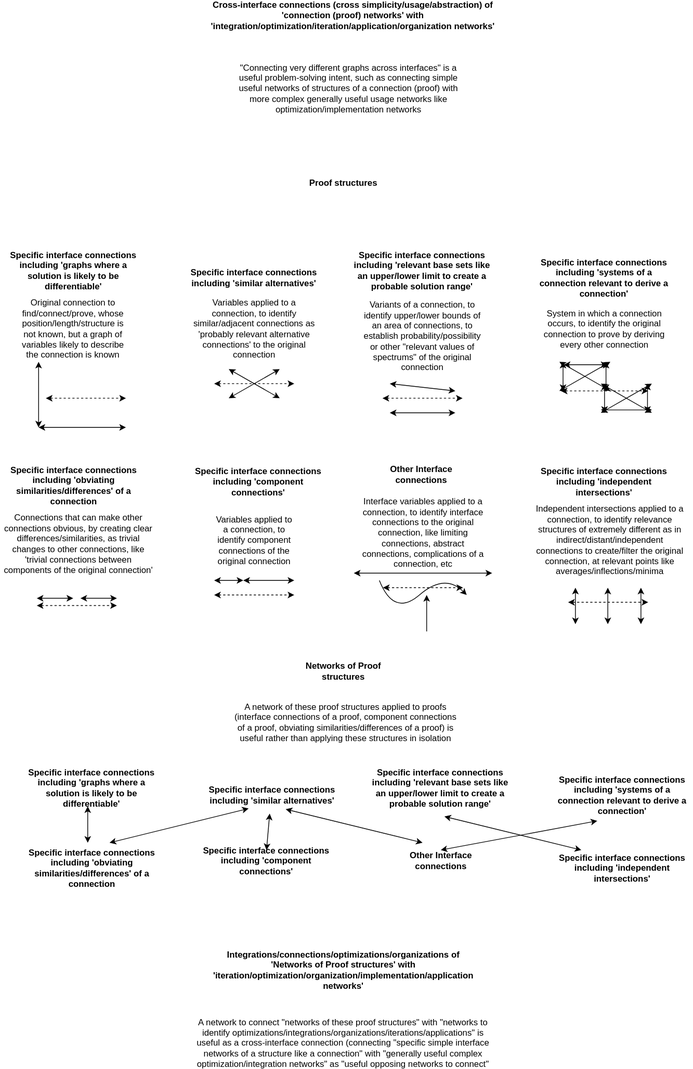
The draw.io diagram docs/objects/cross_interface_graph_connections.drawio.svg in outdreamer/build-a-cure, before a commit. Source tidied: cells renumbered, new cells last; positions are measured from the earlier drawing's top-left corner, leaving out a move shared by most shapes.
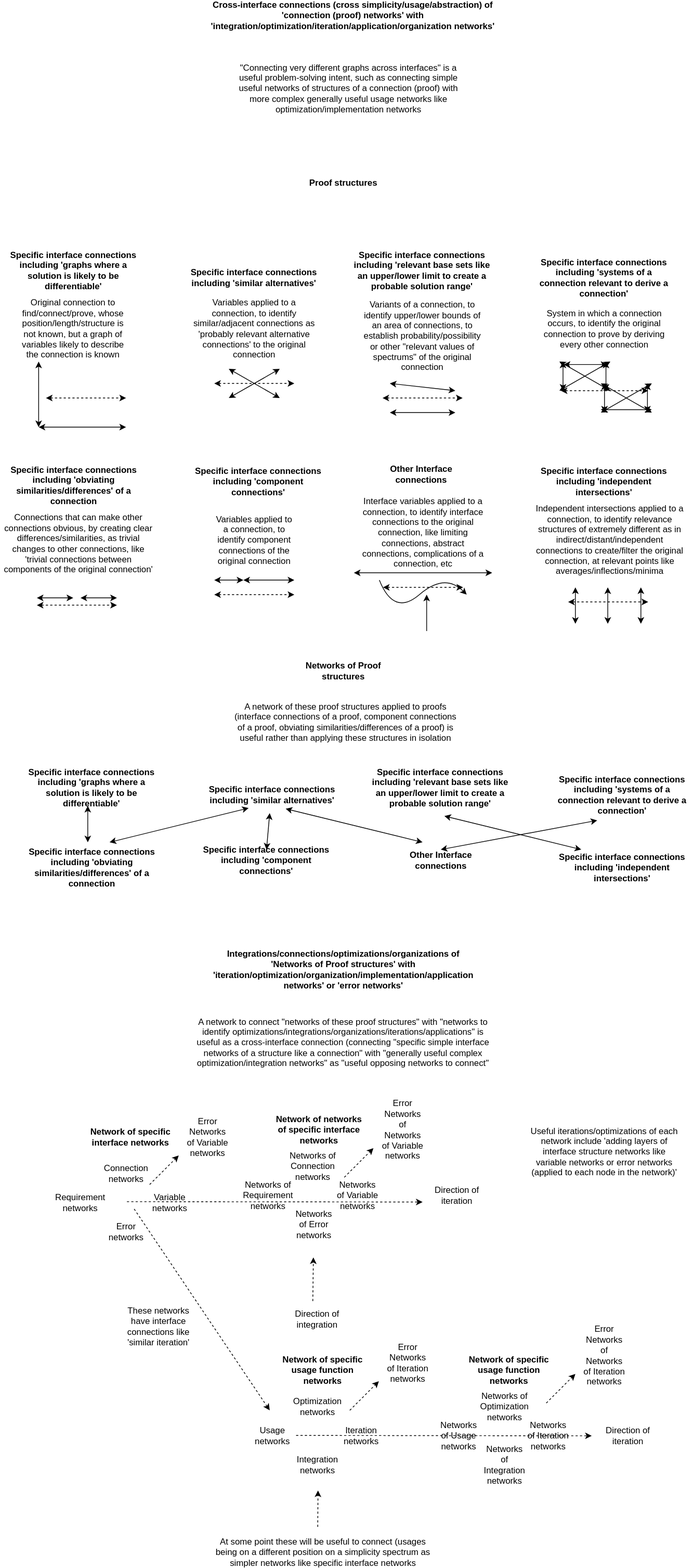
Later version of the same file.

The edit, as a diff of the source:
```diff
@@ -329,7 +329,7 @@
         <mxPoint x="120" y="1100" as="targetPoint" />
       </mxGeometry>
     </mxCell>
-    <mxCell id="71" value="Integrations/connections/optimizations/organizations of 'Networks of Proof structures' with 'iteration/optimization/organization/implementation/application networks'" style="text;html=1;strokeColor=none;fillColor=none;align=center;verticalAlign=middle;whiteSpace=wrap;rounded=0;fontStyle=1;" parent="1" vertex="1">
+    <mxCell id="71" value="Integrations/connections/optimizations/organizations of 'Networks of Proof structures' with 'iteration/optimization/organization/implementation/application networks' or 'error networks'" style="text;html=1;strokeColor=none;fillColor=none;align=center;verticalAlign=middle;whiteSpace=wrap;rounded=0;fontStyle=1;" parent="1" vertex="1">
       <mxGeometry x="403.8" y="1310" width="135" height="30" as="geometry" />
     </mxCell>
     <mxCell id="72" value="A network to connect &quot;networks of these proof structures&quot; with &quot;networks to identify optimizations/integrations/organizations/iterations/applications&quot; is useful as a cross-interface connection (connecting &quot;specific simple interface networks of a structure like a connection&quot; with &quot;generally useful complex optimization/integration networks&quot; as &quot;useful opposing networks to connect&quot;" style="text;html=1;strokeColor=none;fillColor=none;align=center;verticalAlign=middle;whiteSpace=wrap;rounded=0;fontStyle=0;" parent="1" vertex="1">
@@ -341,5 +341,149 @@
     <mxCell id="74" value="&lt;span style=&quot;font-weight: normal&quot;&gt;&quot;Connecting very different graphs across interfaces&quot; is a useful problem-solving intent, such as connecting simple useful networks of structures of a connection (proof) with more complex generally useful usage networks like optimization/implementation networks&lt;/span&gt;" style="text;html=1;strokeColor=none;fillColor=none;align=center;verticalAlign=middle;whiteSpace=wrap;rounded=0;fontStyle=1;" parent="1" vertex="1">
       <mxGeometry x="326.9" y="100" width="303.1" height="30" as="geometry" />
     </mxCell>
+    <mxCell id="75" value="Connection networks" style="text;html=1;strokeColor=none;fillColor=none;align=center;verticalAlign=middle;whiteSpace=wrap;rounded=0;" parent="1" vertex="1">
+      <mxGeometry x="142.5" y="1590" width="60" height="30" as="geometry" />
+    </mxCell>
+    <mxCell id="76" value="Variable networks" style="text;html=1;strokeColor=none;fillColor=none;align=center;verticalAlign=middle;whiteSpace=wrap;rounded=0;" parent="1" vertex="1">
+      <mxGeometry x="202.5" y="1630" width="60" height="30" as="geometry" />
+    </mxCell>
+    <mxCell id="77" value="Requirement networks" style="text;html=1;strokeColor=none;fillColor=none;align=center;verticalAlign=middle;whiteSpace=wrap;rounded=0;" parent="1" vertex="1">
+      <mxGeometry x="80" y="1630" width="60" height="30" as="geometry" />
+    </mxCell>
+    <mxCell id="78" value="Error networks" style="text;html=1;strokeColor=none;fillColor=none;align=center;verticalAlign=middle;whiteSpace=wrap;rounded=0;" parent="1" vertex="1">
+      <mxGeometry x="142.5" y="1670" width="60" height="30" as="geometry" />
+    </mxCell>
+    <mxCell id="79" value="Network of specific interface networks" style="text;html=1;strokeColor=none;fillColor=none;align=center;verticalAlign=middle;whiteSpace=wrap;rounded=0;fontStyle=1;" parent="1" vertex="1">
+      <mxGeometry x="112.5" y="1540" width="133.7" height="30" as="geometry" />
+    </mxCell>
+    <mxCell id="80" value="Networks of Connection networks" style="text;html=1;strokeColor=none;fillColor=none;align=center;verticalAlign=middle;whiteSpace=wrap;rounded=0;" parent="1" vertex="1">
+      <mxGeometry x="385" y="1580" width="89.4" height="30" as="geometry" />
+    </mxCell>
+    <mxCell id="81" value="Networks of Variable networks" style="text;html=1;strokeColor=none;fillColor=none;align=center;verticalAlign=middle;whiteSpace=wrap;rounded=0;" parent="1" vertex="1">
+      <mxGeometry x="460.6" y="1620" width="60" height="30" as="geometry" />
+    </mxCell>
+    <mxCell id="82" value="Networks of Requirement networks" style="text;html=1;strokeColor=none;fillColor=none;align=center;verticalAlign=middle;whiteSpace=wrap;rounded=0;" parent="1" vertex="1">
+      <mxGeometry x="338.1" y="1620" width="60" height="30" as="geometry" />
+    </mxCell>
+    <mxCell id="83" value="Networks of Error networks" style="text;html=1;strokeColor=none;fillColor=none;align=center;verticalAlign=middle;whiteSpace=wrap;rounded=0;" parent="1" vertex="1">
+      <mxGeometry x="400.6" y="1660" width="60" height="30" as="geometry" />
+    </mxCell>
+    <mxCell id="84" value="Network of networks of specific interface networks" style="text;html=1;strokeColor=none;fillColor=none;align=center;verticalAlign=middle;whiteSpace=wrap;rounded=0;fontStyle=1;" parent="1" vertex="1">
+      <mxGeometry x="370.6" y="1530" width="133.7" height="30" as="geometry" />
+    </mxCell>
+    <mxCell id="85" style="endArrow=classic;html=1;rounded=0;dashed=1;" parent="1" edge="1">
+      <mxGeometry relative="1" as="geometry">
+        <mxPoint x="173.8" y="1643.5" as="sourcePoint" />
+        <mxPoint x="580" y="1644" as="targetPoint" />
+      </mxGeometry>
+    </mxCell>
+    <mxCell id="86" value="Direction of iteration" style="text;html=1;strokeColor=none;fillColor=none;align=center;verticalAlign=middle;whiteSpace=wrap;rounded=0;" parent="1" vertex="1">
+      <mxGeometry x="582.5" y="1620" width="89.4" height="30" as="geometry" />
+    </mxCell>
+    <mxCell id="87" value="Optimization networks" style="text;html=1;strokeColor=none;fillColor=none;align=center;verticalAlign=middle;whiteSpace=wrap;rounded=0;" parent="1" vertex="1">
+      <mxGeometry x="406.2" y="1910" width="60" height="30" as="geometry" />
+    </mxCell>
+    <mxCell id="88" value="Iteration networks" style="text;html=1;strokeColor=none;fillColor=none;align=center;verticalAlign=middle;whiteSpace=wrap;rounded=0;" parent="1" vertex="1">
+      <mxGeometry x="466.2" y="1950" width="60" height="30" as="geometry" />
+    </mxCell>
+    <mxCell id="89" value="Usage networks" style="text;html=1;strokeColor=none;fillColor=none;align=center;verticalAlign=middle;whiteSpace=wrap;rounded=0;" parent="1" vertex="1">
+      <mxGeometry x="343.7" y="1950" width="60" height="30" as="geometry" />
+    </mxCell>
+    <mxCell id="90" value="Integration networks" style="text;html=1;strokeColor=none;fillColor=none;align=center;verticalAlign=middle;whiteSpace=wrap;rounded=0;" parent="1" vertex="1">
+      <mxGeometry x="406.2" y="1990" width="60" height="30" as="geometry" />
+    </mxCell>
+    <mxCell id="91" value="Network of specific usage function networks" style="text;html=1;strokeColor=none;fillColor=none;align=center;verticalAlign=middle;whiteSpace=wrap;rounded=0;fontStyle=1;" parent="1" vertex="1">
+      <mxGeometry x="376.2" y="1860" width="133.7" height="30" as="geometry" />
+    </mxCell>
+    <mxCell id="92" value="Networks of Optimization networks" style="text;html=1;strokeColor=none;fillColor=none;align=center;verticalAlign=middle;whiteSpace=wrap;rounded=0;" parent="1" vertex="1">
+      <mxGeometry x="662.5" y="1910" width="60" height="30" as="geometry" />
+    </mxCell>
+    <mxCell id="93" value="Networks of Iteration networks" style="text;html=1;strokeColor=none;fillColor=none;align=center;verticalAlign=middle;whiteSpace=wrap;rounded=0;" parent="1" vertex="1">
+      <mxGeometry x="722.5" y="1950" width="60" height="30" as="geometry" />
+    </mxCell>
+    <mxCell id="94" value="Networks of Usage networks" style="text;html=1;strokeColor=none;fillColor=none;align=center;verticalAlign=middle;whiteSpace=wrap;rounded=0;" parent="1" vertex="1">
+      <mxGeometry x="600" y="1950" width="60" height="30" as="geometry" />
+    </mxCell>
+    <mxCell id="95" value="Networks of Integration networks" style="text;html=1;strokeColor=none;fillColor=none;align=center;verticalAlign=middle;whiteSpace=wrap;rounded=0;" parent="1" vertex="1">
+      <mxGeometry x="662.5" y="1990" width="60" height="30" as="geometry" />
+    </mxCell>
+    <mxCell id="96" value="Network of specific usage function networks" style="text;html=1;strokeColor=none;fillColor=none;align=center;verticalAlign=middle;whiteSpace=wrap;rounded=0;fontStyle=1;" parent="1" vertex="1">
+      <mxGeometry x="632.5" y="1860" width="133.7" height="30" as="geometry" />
+    </mxCell>
+    <mxCell id="97" style="endArrow=classic;html=1;rounded=0;dashed=1;" parent="1" edge="1">
+      <mxGeometry relative="1" as="geometry">
+        <mxPoint x="406.2" y="1964.5" as="sourcePoint" />
+        <mxPoint x="812.5" y="1965" as="targetPoint" />
+      </mxGeometry>
+    </mxCell>
+    <mxCell id="98" value="Direction of iteration" style="text;html=1;strokeColor=none;fillColor=none;align=center;verticalAlign=middle;whiteSpace=wrap;rounded=0;" parent="1" vertex="1">
+      <mxGeometry x="817.8" y="1950" width="89.4" height="30" as="geometry" />
+    </mxCell>
+    <mxCell id="99" style="endArrow=classic;html=1;rounded=0;dashed=1;" parent="1" edge="1">
+      <mxGeometry relative="1" as="geometry">
+        <mxPoint x="429.2" y="1780" as="sourcePoint" />
+        <mxPoint x="430" y="1720" as="targetPoint" />
+      </mxGeometry>
+    </mxCell>
+    <mxCell id="100" value="Direction of integration" style="text;html=1;strokeColor=none;fillColor=none;align=center;verticalAlign=middle;whiteSpace=wrap;rounded=0;" parent="1" vertex="1">
+      <mxGeometry x="390.6" y="1790" width="89.4" height="30" as="geometry" />
+    </mxCell>
+    <mxCell id="101" style="endArrow=classic;html=1;rounded=0;dashed=1;" parent="1" edge="1">
+      <mxGeometry relative="1" as="geometry">
+        <mxPoint x="436" y="2090" as="sourcePoint" />
+        <mxPoint x="436.4" y="2040" as="targetPoint" />
+      </mxGeometry>
+    </mxCell>
+    <mxCell id="102" value="At some point these will be useful to connect (usages being on a different position on a simplicity spectrum as simpler networks like specific interface networks" style="text;html=1;strokeColor=none;fillColor=none;align=center;verticalAlign=middle;whiteSpace=wrap;rounded=0;" parent="1" vertex="1">
+      <mxGeometry x="288.8" y="2110" width="308.8" height="30" as="geometry" />
+    </mxCell>
+    <mxCell id="103" style="endArrow=classic;html=1;rounded=0;dashed=1;" parent="1" edge="1">
+      <mxGeometry relative="1" as="geometry">
+        <mxPoint x="750" y="1920" as="sourcePoint" />
+        <mxPoint x="790" y="1880" as="targetPoint" />
+      </mxGeometry>
+    </mxCell>
+    <mxCell id="104" value="Error Networks of Networks of Iteration networks" style="text;html=1;strokeColor=none;fillColor=none;align=center;verticalAlign=middle;whiteSpace=wrap;rounded=0;" parent="1" vertex="1">
+      <mxGeometry x="800" y="1840" width="60" height="30" as="geometry" />
+    </mxCell>
+    <mxCell id="105" style="endArrow=classic;html=1;rounded=0;dashed=1;" parent="1" edge="1">
+      <mxGeometry relative="1" as="geometry">
+        <mxPoint x="480" y="1930" as="sourcePoint" />
+        <mxPoint x="520" y="1890" as="targetPoint" />
+      </mxGeometry>
+    </mxCell>
+    <mxCell id="106" value="Error Networks of Iteration networks" style="text;html=1;strokeColor=none;fillColor=none;align=center;verticalAlign=middle;whiteSpace=wrap;rounded=0;" parent="1" vertex="1">
+      <mxGeometry x="530" y="1850" width="60" height="30" as="geometry" />
+    </mxCell>
+    <mxCell id="107" style="endArrow=classic;html=1;rounded=0;dashed=1;" parent="1" edge="1">
+      <mxGeometry relative="1" as="geometry">
+        <mxPoint x="472.5" y="1610" as="sourcePoint" />
+        <mxPoint x="512.5" y="1570" as="targetPoint" />
+      </mxGeometry>
+    </mxCell>
+    <mxCell id="108" value="Error Networks of Networks of Variable networks" style="text;html=1;strokeColor=none;fillColor=none;align=center;verticalAlign=middle;whiteSpace=wrap;rounded=0;" parent="1" vertex="1">
+      <mxGeometry x="522.5" y="1530" width="60" height="30" as="geometry" />
+    </mxCell>
+    <mxCell id="109" style="endArrow=classic;html=1;rounded=0;dashed=1;" parent="1" edge="1">
+      <mxGeometry relative="1" as="geometry">
+        <mxPoint x="205" y="1620" as="sourcePoint" />
+        <mxPoint x="245" y="1580" as="targetPoint" />
+      </mxGeometry>
+    </mxCell>
+    <mxCell id="110" value="Error Networks of Variable networks" style="text;html=1;strokeColor=none;fillColor=none;align=center;verticalAlign=middle;whiteSpace=wrap;rounded=0;" parent="1" vertex="1">
+      <mxGeometry x="255" y="1540" width="60" height="30" as="geometry" />
+    </mxCell>
+    <mxCell id="111" style="endArrow=classic;html=1;rounded=0;dashed=1;" parent="1" edge="1">
+      <mxGeometry relative="1" as="geometry">
+        <mxPoint x="183.8" y="1653.5" as="sourcePoint" />
+        <mxPoint x="370" y="1930" as="targetPoint" />
+      </mxGeometry>
+    </mxCell>
+    <mxCell id="112" value="These networks have interface connections like 'similar iteration'" style="text;html=1;strokeColor=none;fillColor=none;align=center;verticalAlign=middle;whiteSpace=wrap;rounded=0;" parent="1" vertex="1">
+      <mxGeometry x="173.1" y="1800" width="89.4" height="30" as="geometry" />
+    </mxCell>
+    <mxCell id="113" value="Useful iterations/optimizations of each network include 'adding layers of interface structure networks like variable networks or error networks (applied to each node in the network)'" style="text;html=1;strokeColor=none;fillColor=none;align=center;verticalAlign=middle;whiteSpace=wrap;rounded=0;" parent="1" vertex="1">
+      <mxGeometry x="725" y="1560" width="210" height="30" as="geometry" />
+    </mxCell>
   </root>
 </mxGraphModel>
```
